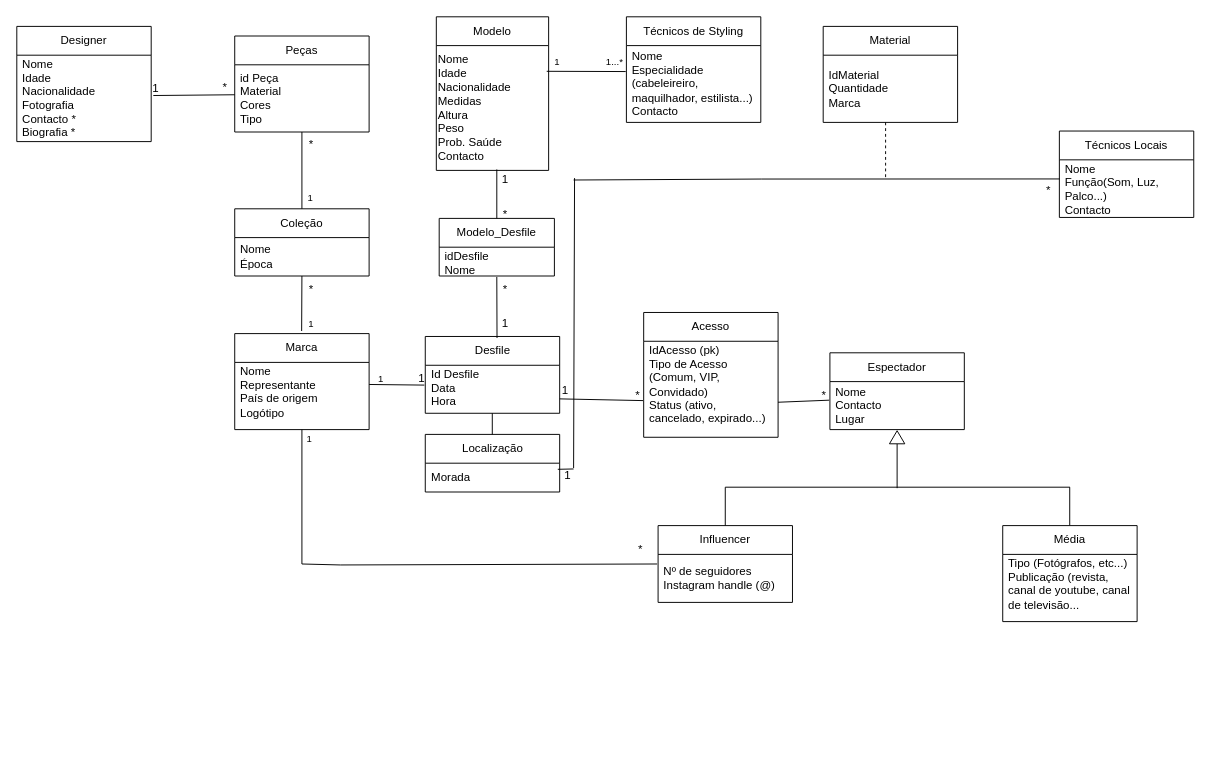
Earlier version of the draw.io diagram uml_database.drawio (le0nor/BD2425-707). Source tidied: cells renumbered, new cells numbered last; positions are measured from the earlier drawing's top-left corner, leaving out a move shared by most shapes. Both pictures are drawn from the tidied source at 96%, with x=0, y=0 at pixel (16, 16).
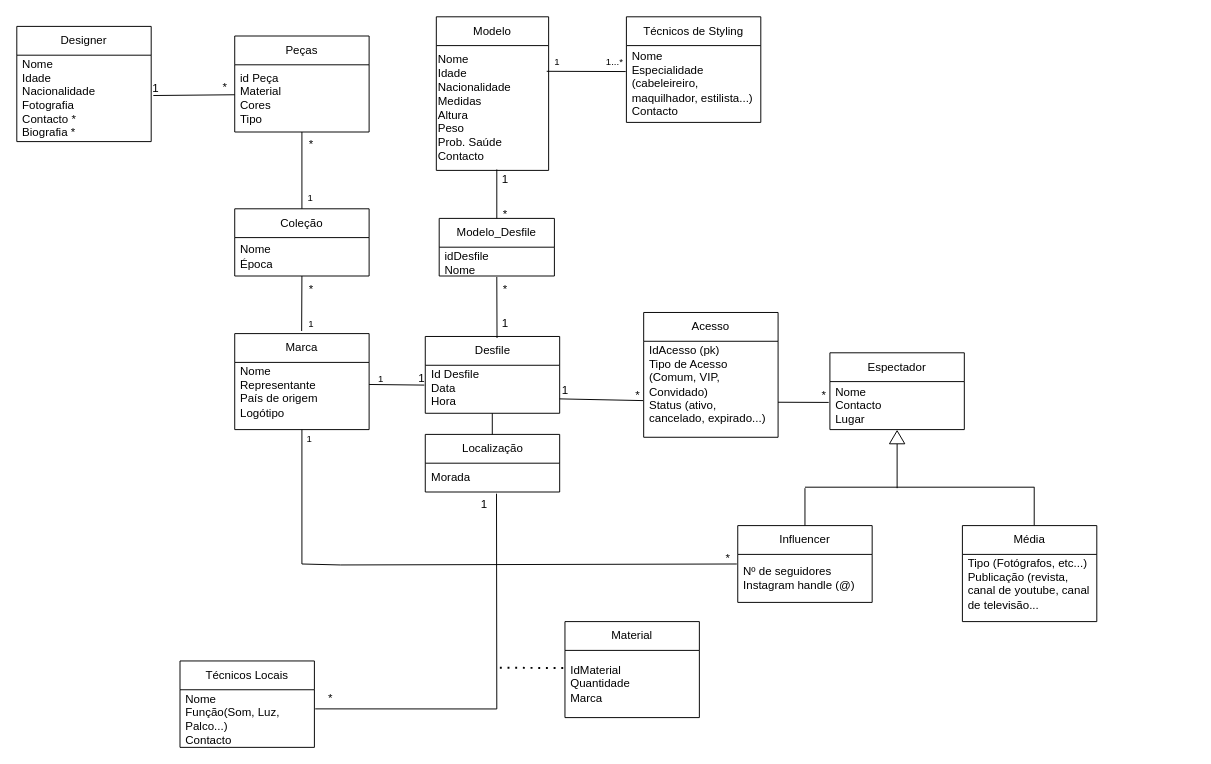
The same page after the edit.

The change refers to these unchanged cells:
```xml
<mxCell id="31" value="Nome&lt;div&gt;Função(Som, Luz, Palco...)&lt;/div&gt;&lt;div&gt;Contacto&lt;/div&gt;" style="text;strokeColor=none;fillColor=none;align=left;verticalAlign=middle;spacingLeft=4;spacingRight=4;overflow=hidden;points=[[0,0.5],[1,0.5]];portConstraint=eastwest;whiteSpace=wrap;html=1;" parent="30" vertex="1">
  <mxGeometry y="30" width="140" height="60" as="geometry" />
</mxCell>
<mxCell id="34" value="IdMaterial&lt;div&gt;Quantidade&lt;/div&gt;&lt;div&gt;Marca&lt;/div&gt;" style="text;strokeColor=none;fillColor=none;align=left;verticalAlign=middle;spacingLeft=4;spacingRight=4;overflow=hidden;points=[[0,0.5],[1,0.5]];portConstraint=eastwest;whiteSpace=wrap;html=1;" parent="33" vertex="1">
  <mxGeometry y="30" width="140" height="70" as="geometry" />
</mxCell>
<mxCell id="39" value="Nome&lt;div&gt;Contacto&lt;/div&gt;&lt;div&gt;Lugar&lt;/div&gt;" style="text;strokeColor=none;fillColor=none;align=left;verticalAlign=middle;spacingLeft=4;spacingRight=4;overflow=hidden;points=[[0,0.5],[1,0.5]];portConstraint=eastwest;whiteSpace=wrap;html=1;" parent="38" vertex="1">
  <mxGeometry y="30" width="140" height="50" as="geometry" />
</mxCell>
<mxCell id="70" value="Morada" style="text;strokeColor=none;fillColor=none;align=left;verticalAlign=middle;spacingLeft=4;spacingRight=4;overflow=hidden;points=[[0,0.5],[1,0.5]];portConstraint=eastwest;whiteSpace=wrap;html=1;" parent="69" vertex="1">
  <mxGeometry y="30" width="140" height="30" as="geometry" />
</mxCell>
```

The edit, as a diff of the source:
```diff
@@
     <mxCell id="17" style="endArrow=none;html=1;rounded=0;" parent="1" edge="1">
       <mxGeometry relative="1" as="geometry">
-        <mxPoint x="738" y="490" as="sourcePoint" />
-        <mxPoint x="1097" y="490" as="targetPoint" />
+        <mxPoint x="821" y="490" as="sourcePoint" />
+        <mxPoint x="1060" y="490" as="targetPoint" />
       </mxGeometry>
     </mxCell>
     <mxCell id="18" value="Influencer" style="swimlane;fontStyle=0;horizontal=1;startSize=30;whiteSpace=wrap;html=1;" parent="1" vertex="1">
-      <mxGeometry x="668" y="530" width="140" height="80" as="geometry" />
+      <mxGeometry x="751" y="530" width="140" height="80" as="geometry" />
     </mxCell>
@@
     <mxCell id="20" style="endArrow=none;html=1;rounded=0;" parent="1" edge="1">
       <mxGeometry relative="1" as="geometry">
         <mxPoint x="297" y="570" as="sourcePoint" />
-        <mxPoint x="667" y="570" as="targetPoint" />
+        <mxPoint x="750" y="570" as="targetPoint" />
         <Array as="points">
           <mxPoint x="337" y="571" />
         </Array>
       </mxGeometry>
     </mxCell>
@@
     <mxCell id="22" style="endArrow=none;html=1;rounded=0;exitX=0.5;exitY=0;exitDx=0;exitDy=0;" parent="1" edge="1" source="18">
       <mxGeometry relative="1" as="geometry">
-        <mxPoint x="738" y="490" as="targetPoint" />
+        <mxPoint x="821" y="491" as="targetPoint" />
       </mxGeometry>
     </mxCell>
     <mxCell id="23" style="endArrow=none;html=1;rounded=0;" parent="1" edge="1">
       <mxGeometry relative="1" as="geometry">
-        <mxPoint x="1096.8" y="530" as="sourcePoint" />
-        <mxPoint x="1096.8" y="490" as="targetPoint" />
+        <mxPoint x="1059.8" y="530" as="sourcePoint" />
+        <mxPoint x="1059.8" y="490" as="targetPoint" />
       </mxGeometry>
     </mxCell>
     <mxCell id="24" value="Média" style="swimlane;fontStyle=0;horizontal=1;startSize=30;whiteSpace=wrap;html=1;" parent="1" vertex="1">
-      <mxGeometry x="1027" y="530" width="140" height="100" as="geometry" />
+      <mxGeometry x="985" y="530" width="140" height="100" as="geometry" />
     </mxCell>
@@
-    <mxCell id="28" style="endArrow=none;html=1;rounded=0;" parent="1" edge="1">
-      <mxGeometry relative="1" as="geometry">
-        <mxPoint x="580" y="470" as="sourcePoint" />
-        <mxPoint x="581" y="168" as="targetPoint" />
-      </mxGeometry>
-    </mxCell>
-    <mxCell id="29" style="endArrow=none;html=1;rounded=0;entryX=0.003;entryY=-0.002;entryDx=0;entryDy=0;entryPerimeter=0;" parent="1" edge="1">
-      <mxGeometry relative="1" as="geometry">
-        <mxPoint x="580" y="170" as="sourcePoint" />
-        <mxPoint x="1086.4" y="168.9" as="targetPoint" />
-        <Array as="points">
-          <mxPoint x="776" y="169" />
-        </Array>
-      </mxGeometry>
-    </mxCell>
     <mxCell id="30" value="Técnicos Locais" style="swimlane;fontStyle=0;horizontal=1;startSize=30;whiteSpace=wrap;html=1;" parent="1" vertex="1">
-      <mxGeometry x="1086" y="119" width="140" height="90" as="geometry" />
+      <mxGeometry x="170" y="671" width="140" height="90" as="geometry" />
     </mxCell>
@@
-    <mxCell id="32" style="endArrow=none;dashed=1;html=1;rounded=0;" parent="1" edge="1">
-      <mxGeometry relative="1" as="geometry">
-        <mxPoint x="905" y="167" as="sourcePoint" />
-        <mxPoint x="905" y="107" as="targetPoint" />
-      </mxGeometry>
-    </mxCell>
     <mxCell id="33" value="Material" style="swimlane;fontStyle=0;horizontal=1;startSize=30;whiteSpace=wrap;html=1;" parent="1" vertex="1">
-      <mxGeometry x="840" y="10" width="140" height="100" as="geometry" />
+      <mxGeometry x="571" y="630" width="140" height="100" as="geometry" />
     </mxCell>
@@
     <mxCell id="45" value="*" style="text;html=1;align=center;verticalAlign=middle;whiteSpace=wrap;rounded=0;" parent="1" vertex="1">
-      <mxGeometry x="620" y="540" width="60" height="30" as="geometry" />
+      <mxGeometry x="711" y="549" width="60" height="30" as="geometry" />
     </mxCell>
@@
     <mxCell id="55" value="1" style="text;html=1;align=center;verticalAlign=middle;whiteSpace=wrap;rounded=0;" parent="1" vertex="1">
-      <mxGeometry x="565.5" y="471" width="16" height="14" as="geometry" />
+      <mxGeometry x="479" y="501" width="16" height="14" as="geometry" />
     </mxCell>
     <mxCell id="56" value="*" style="text;html=1;align=center;verticalAlign=middle;whiteSpace=wrap;rounded=0;" parent="1" vertex="1">
-      <mxGeometry x="1045" y="166" width="60" height="30" as="geometry" />
+      <mxGeometry x="297" y="695" width="60" height="30" as="geometry" />
     </mxCell>
@@
-    <mxCell id="71" style="endArrow=none;html=1;rounded=0;exitX=0.986;exitY=0.212;exitDx=0;exitDy=0;exitPerimeter=0;" parent="1" edge="1" source="70">
-      <mxGeometry relative="1" as="geometry">
-        <mxPoint x="580" y="471" as="targetPoint" />
-      </mxGeometry>
-    </mxCell>
@@
-    <mxCell id="73" style="endArrow=none;html=1;rounded=0;entryX=-0.005;entryY=0.387;entryDx=0;entryDy=0;entryPerimeter=0;" parent="1" edge="1" target="39">
+    <mxCell id="73" style="endArrow=none;html=1;rounded=0;entryX=-0.009;entryY=0.434;entryDx=0;entryDy=0;entryPerimeter=0;" parent="1" edge="1" target="39">
       <mxGeometry relative="1" as="geometry">
         <mxPoint x="793" y="401.5" as="sourcePoint" />
       </mxGeometry>
     </mxCell>
@@
+    <mxCell id="75" style="endArrow=none;html=1;rounded=0;entryX=0.53;entryY=1.059;entryDx=0;entryDy=0;entryPerimeter=0;" parent="1" edge="1" target="70">
+      <mxGeometry relative="1" as="geometry">
+        <mxPoint x="500" y="721" as="sourcePoint" />
+      </mxGeometry>
+    </mxCell>
+    <mxCell id="76" style="endArrow=none;html=1;rounded=0;exitX=1.006;exitY=0.332;exitDx=0;exitDy=0;exitPerimeter=0;" parent="1" edge="1" source="31">
+      <mxGeometry relative="1" as="geometry">
+        <mxPoint x="500" y="721" as="targetPoint" />
+      </mxGeometry>
+    </mxCell>
+    <mxCell id="77" style="endArrow=none;dashed=1;html=1;dashPattern=1 3;strokeWidth=2;rounded=0;exitX=-0.013;exitY=0.263;exitDx=0;exitDy=0;exitPerimeter=0;" parent="1" edge="1" source="34">
+      <mxGeometry relative="1" as="geometry">
+        <mxPoint x="500" y="678" as="targetPoint" />
+      </mxGeometry>
+    </mxCell>
```
